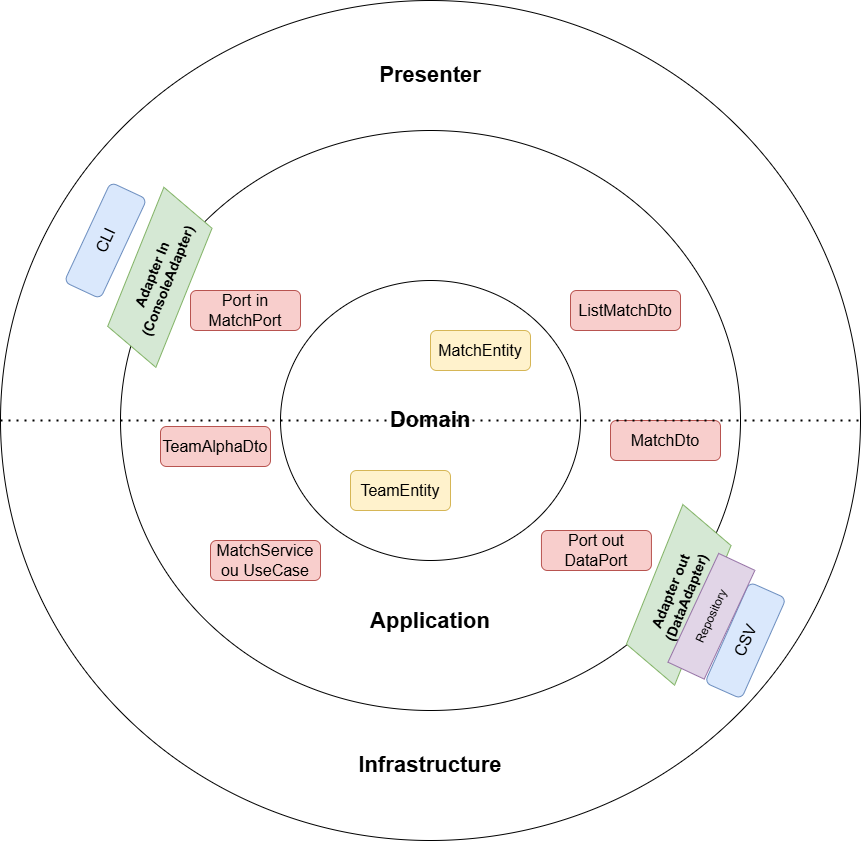
Leknif571/RecomandationCalculus keeps this draw.io diagram as Schema_Architecture/CleanArchitecture.png. Above is the earlier version. Source tidied: cells renumbered, new cells last; positions are measured from the earlier drawing's top-left corner, leaving out a move shared by most shapes.
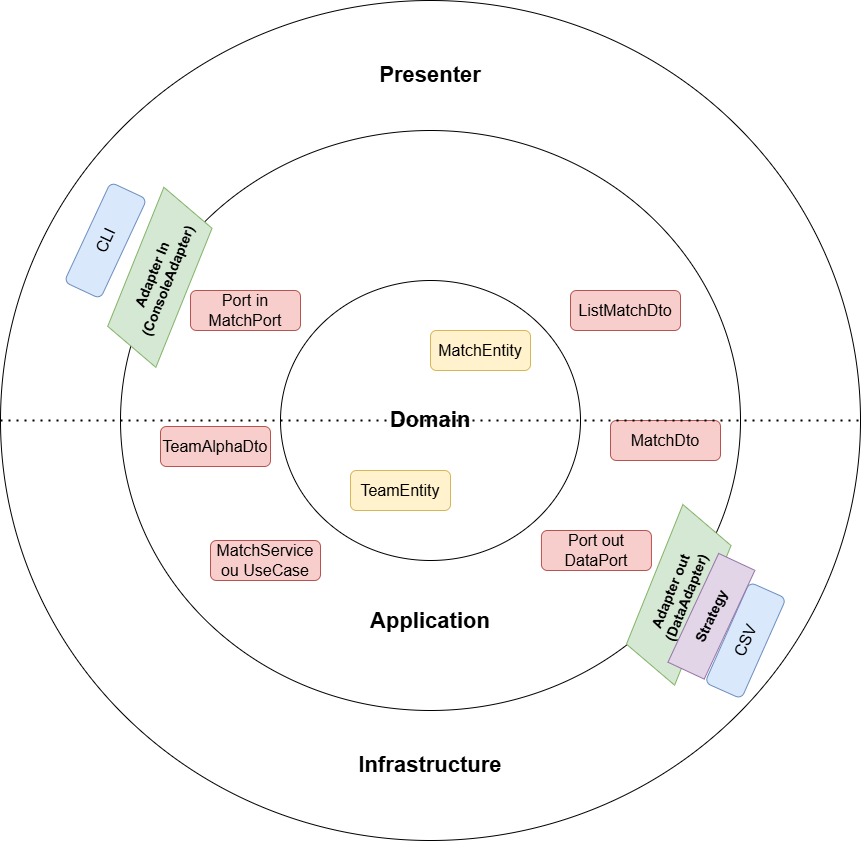
The same diagram one commit later.

What changed in the source:
```diff
@@ -53,7 +53,7 @@
     <mxCell id="18" value="&lt;font style=&quot;font-size: 16px;&quot;&gt;CSV&lt;/font&gt;" style="rounded=1;whiteSpace=wrap;html=1;fillColor=#dae8fc;strokeColor=#6c8ebf;rotation=-66;" parent="1" vertex="1">
       <mxGeometry x="690" y="620" width="110" height="40" as="geometry" />
     </mxCell>
-    <mxCell id="19" value="Repository" style="rounded=0;whiteSpace=wrap;html=1;rotation=-65;fillColor=#e1d5e7;strokeColor=#9673a6;" parent="1" vertex="1">
+    <mxCell id="19" value="&lt;b&gt;&lt;font style=&quot;font-size: 14px;&quot;&gt;Strategy&lt;/font&gt;&lt;/b&gt;" style="rounded=0;whiteSpace=wrap;html=1;rotation=-65;fillColor=#e1d5e7;strokeColor=#9673a6;" parent="1" vertex="1">
       <mxGeometry x="650.9" y="595.8" width="120" height="40" as="geometry" />
     </mxCell>
     <mxCell id="20" value="&lt;span style=&quot;font-size: 16px;&quot;&gt;Port out&lt;/span&gt;&lt;div&gt;&lt;span style=&quot;font-size: 16px;&quot;&gt;DataPort&lt;/span&gt;&lt;/div&gt;" style="rounded=1;whiteSpace=wrap;html=1;fillColor=#f8cecc;strokeColor=#b85450;" parent="1" vertex="1">
```
